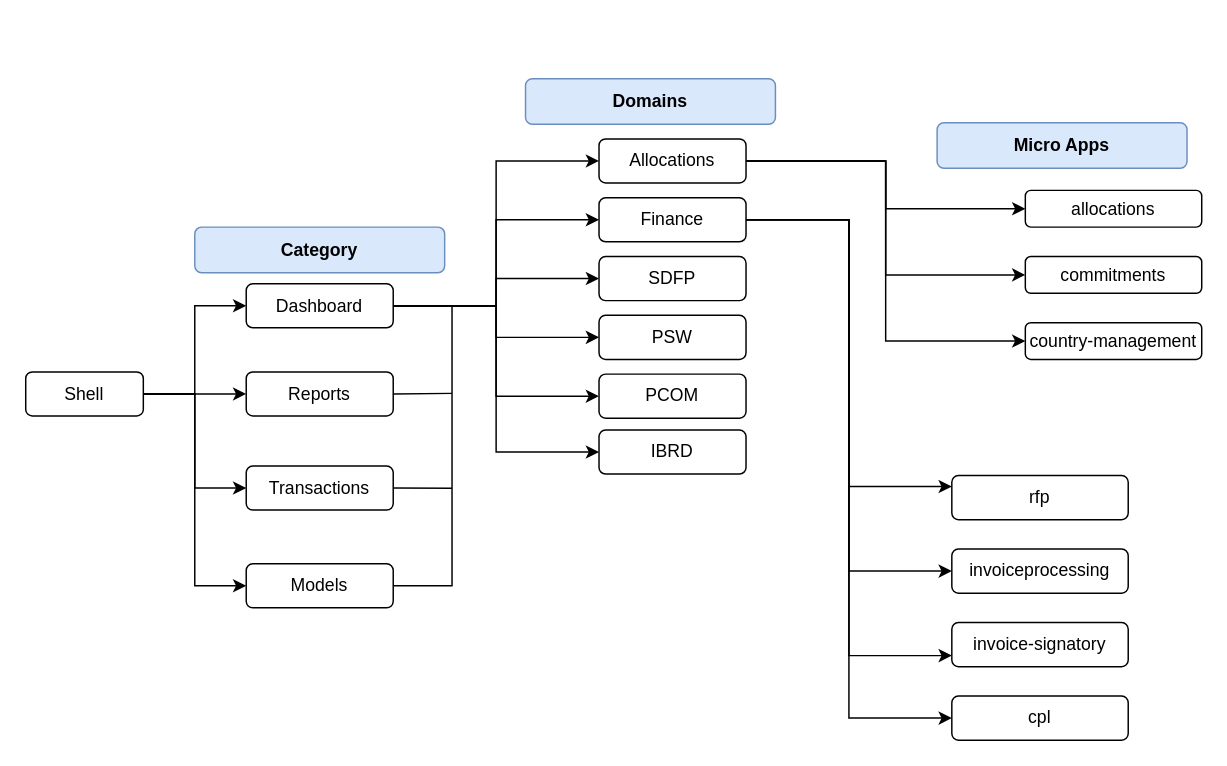
The draw.io diagram IdaPortal-currImpl.drawio in saravana-sk/draw.io, before the edit. Source tidied: cells renumbered, new cells numbered last; positions are measured from the earlier drawing's top-left corner, leaving out a move shared by most shapes. Both pictures are drawn from the tidied source at 147%, with x=0, y=0 at pixel (25, 78).
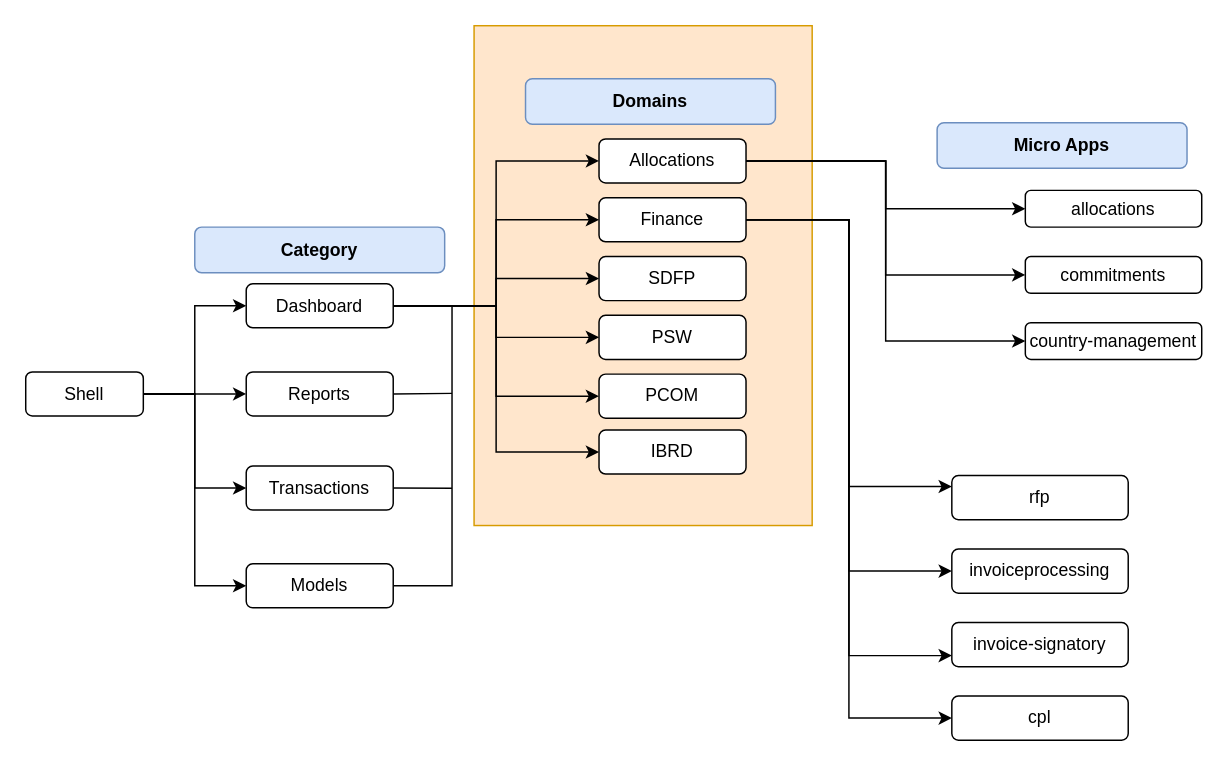
The same page after the edit.

Change to the diagram source:
```diff
@@
+    <mxCell id="44" style="rounded=0;whiteSpace=wrap;html=1;fillColor=#ffe6cc;strokeColor=#d79b00;" parent="1" vertex="1">
+      <mxGeometry x="305" y="-36" width="230" height="340" as="geometry" />
+    </mxCell>
```
